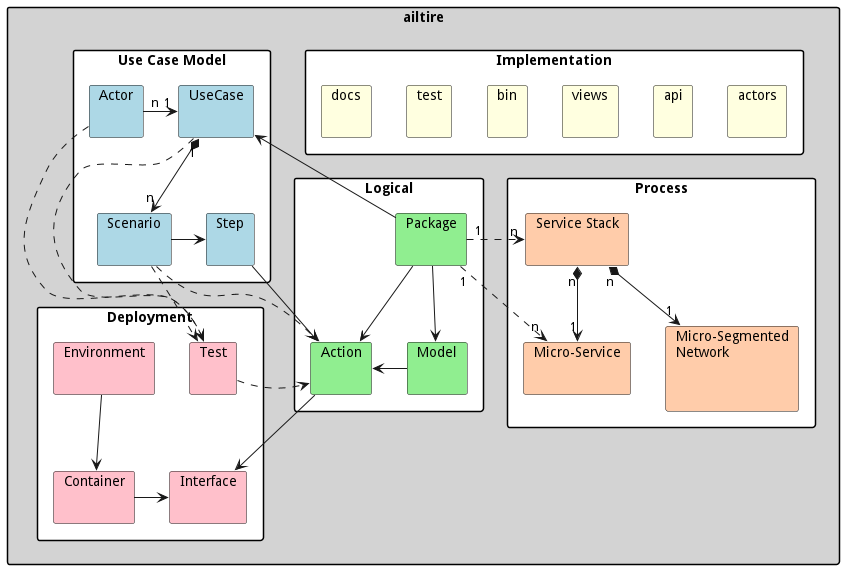
madajaju/ailtire keeps this PlantUML diagram as docs/Architecture.png. Above is the earlier version.
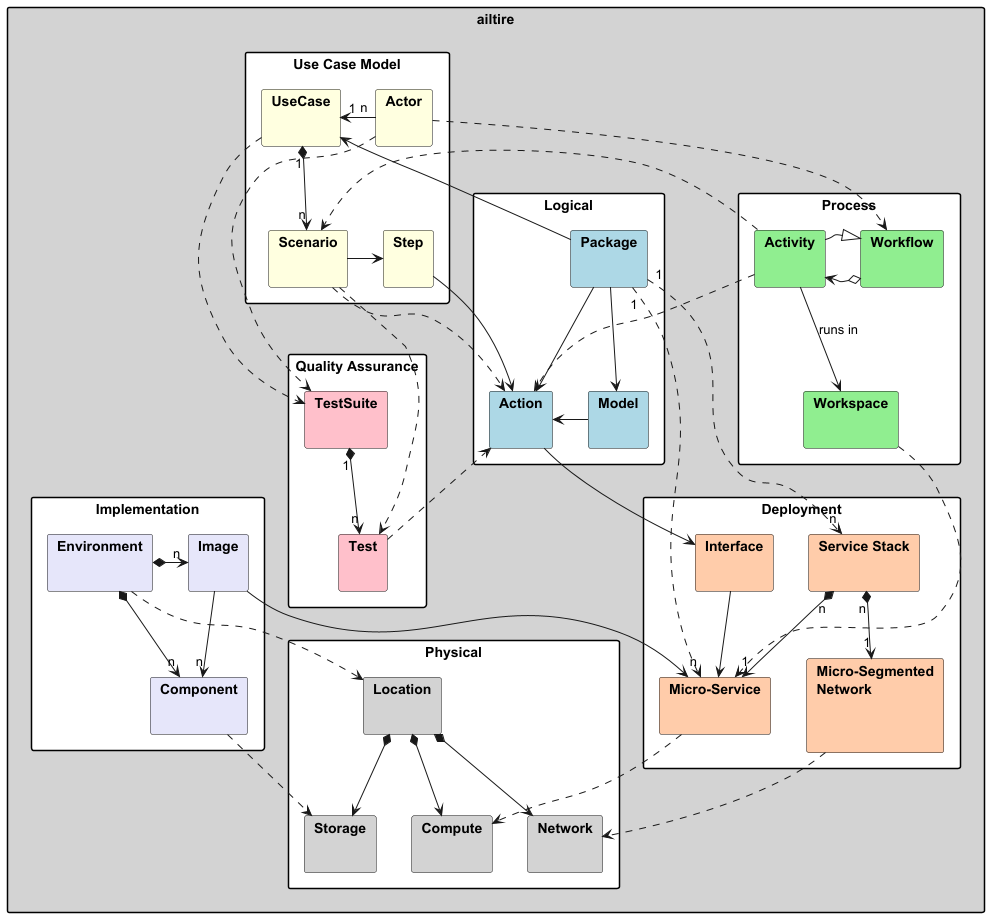
Later version of the same file.

Change to the diagram source:
```diff
@@ -4,26 +4,19 @@
 
 package ailtire #lightgray {
     package "Use Case Model" #white {
-        package "UseCase" #lightblue {
+        package "UseCase" #lightyellow {
         }
-        package "Scenario" #lightblue {
+        package "Scenario" #lightyellow {
         }
-        package "Step" #lightblue {
+        package "Step" #lightyellow {
         }
-        package "Actor" #lightblue {
+        package "Actor" #lightyellow {
         }
     }
     package "Deployment" #white {
-        package "Test" #pink {
+        package "Interface" #ffccaa {
         }
-        package "Environment" #pink {
-        }
-        package "Container" #pink {
-        }
-        package "Interface" #pink {
-        }
-    }
-    package "Process" #white {
+
         package "Micro-Service" as ms #ffccaa {
         }
         package "Micro-Segmented\nNetwork" as msn #ffccaa {
@@ -32,20 +25,55 @@
         }
         ss "n" *--> "1" ms
         ss "n" *--> "1" msn
+        Interface --> ms
+    }
+
+    package "Physical" #white {
+        package "Compute" #lightgray { }
+        package "Storage" #lightgray { }
+        package "Network" #lightgray { }
+        package "Location" #lightgray { }
+        Location *--> Compute
+        Location *--> Network
+        Location *--> Storage
+    }
+    package "Process" #white {
+        package "Workflow" #lightgreen { }
+        package "Activity" #lightgreen { }
+        package "Workspace" #lightgreen { }
+        Workflow o-> Activity
+        Activity --> Workspace : runs in
+        Activity --|> Workflow
     }
     package Logical #white {
-        package "Package" as pkg #lightgreen {
+        package "Package" as pkg #lightblue {
         }
-        package "Action" #lightgreen {
+        package "Action" #lightblue {
         }
-        package "Model" as Model #lightgreen {
+        package "Model" as Model #lightblue {
         }
     }
+    package "Implementation" #white {
+        package "Component" #lavender { }
+        package "Environment" #lavender { }
+        package "Image" #lavender { }
+        Environment *-> "n" Component
+        Environment *-> "n" Image
+        Image --> "n" Component
+    }
+    package "Quality Assurance" #white {
+        package "TestSuite" #pink { }
+        package "Test" #pink { }
+        TestSuite "1" *--> "n" Test
+    }
+    Environment ..> Location
+    msn ..> Network
+    ms ..> Compute
+    Component ..> Storage
     Scenario -> Step
-    Environment --> Container
     Step --> Action
     Action --> Interface
-    Container -> Interface
+    Image --> ms
     UseCase "1" *--> "n" Scenario
     UseCase "1" <- "n" Actor
     pkg "1" .> "n" ms
@@ -54,22 +82,18 @@
     pkg -> UseCase
     pkg --> Model
 
-    Actor ..> Test
-    UseCase ..> Test
-    Scenario ..> Test
-    Test ..> Action
+    Actor ...> TestSuite
+    UseCase ...> TestSuite
+    Scenario ...> Test
+    Test ...> Action
 
     Model -> Action
     pkg -> Action
+    Workspace ..> ms
+    Activity ..> Action
+    Activity ..> Scenario
+    Actor ..> Workflow
 
-    package "Implementation" #white {
-      package actors #lightyellow { }
-      package api #lightyellow { }
-      package views #lightyellow { }
-      package bin #lightyellow { }
-      package test #lightyellow { }
-      package docs #lightyellow { }
-    }
 }
 
 @enduml
```
